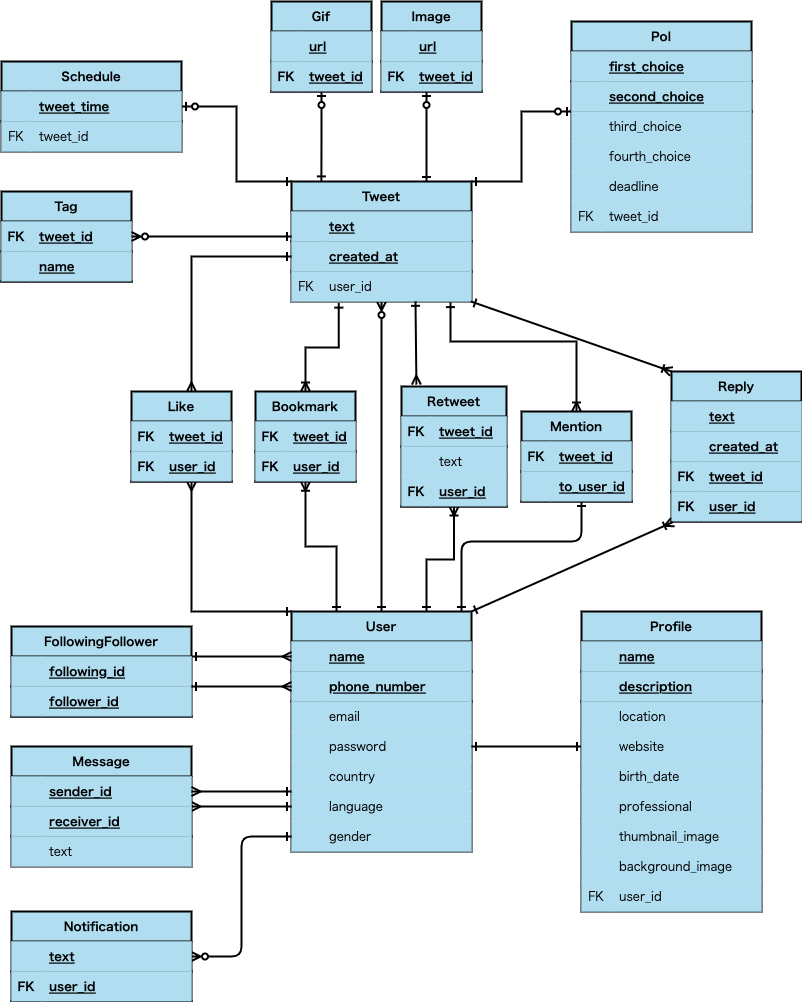
yuma-matsui/fjord_draft keeps this draw.io diagram as tweet.drawio.png. Above is the earlier version. Source tidied: cells renumbered, new cells last; positions are measured from the earlier drawing's top-left corner, leaving out a move shared by most shapes.
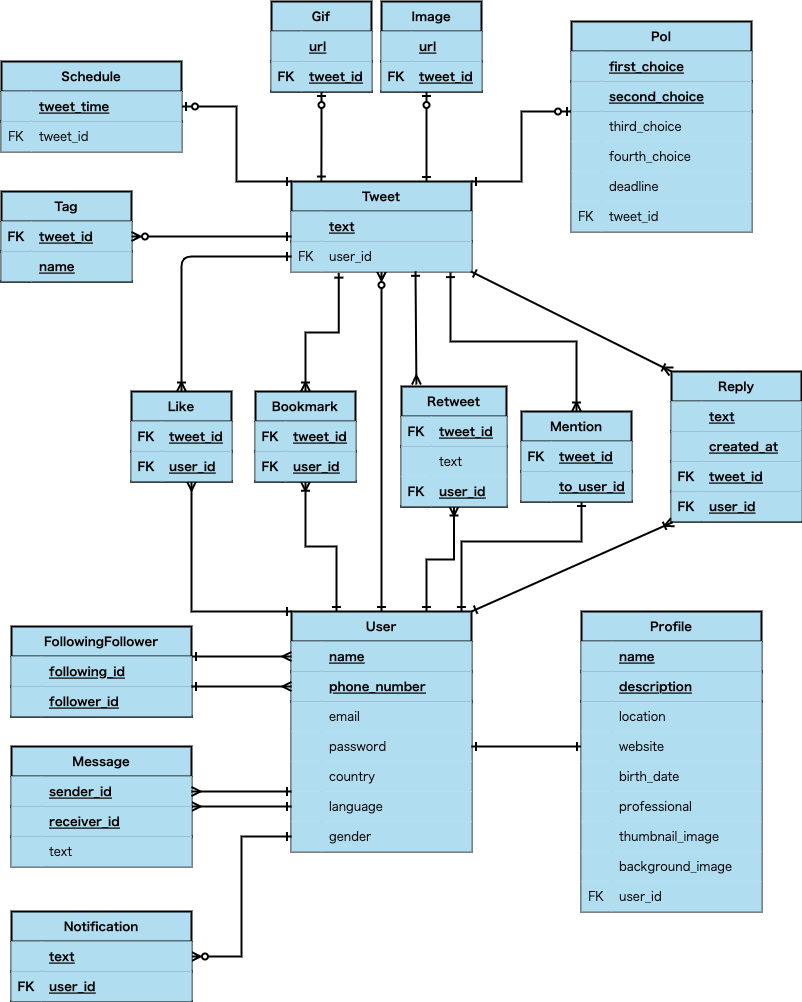
Later version of the same file.

Commit message:
Twitter機能のDB設計#4 修正

Diff of the diagram source:
```diff
@@ -19,7 +19,7 @@
       </mxGeometry>
     </mxCell>
     <mxCell id="6" value="Tweet" style="shape=table;startSize=30;rowLines=0;fontStyle=1;align=center;swimlaneFillColor=default;fillColor=#b1ddf0;rounded=0;labelBackgroundColor=none;labelBorderColor=none;strokeWidth=2;strokeColor=#000000;verticalAlign=middle;fontFamily=Garamond;fontColor=#000000;" parent="1" vertex="1">
-      <mxGeometry x="290" y="180" width="180" height="120" as="geometry" />
+      <mxGeometry x="290" y="180" width="180" height="90" as="geometry" />
     </mxCell>
     <mxCell id="7" style="shape=partialRectangle;fillColor=#b1ddf0;top=0;left=0;bottom=1;right=0;points=[[0,0.5],[1,0.5]];portConstraint=eastwest;rounded=0;labelBackgroundColor=none;labelBorderColor=none;strokeWidth=2;strokeColor=#000000;verticalAlign=middle;fontFamily=Garamond;fontColor=#000000;" parent="6" vertex="1">
       <mxGeometry y="30" width="180" height="30" as="geometry" />
@@ -30,17 +30,8 @@
     <mxCell id="9" value="text" style="shape=partialRectangle;fillColor=#b1ddf0;top=0;left=0;bottom=0;right=0;align=left;spacingLeft=6;fontStyle=5;overflow=hidden;rounded=0;labelBackgroundColor=none;labelBorderColor=none;strokeWidth=2;strokeColor=#000000;verticalAlign=middle;fontFamily=Garamond;fontColor=#000000;" parent="7" vertex="1">
       <mxGeometry x="30" width="150" height="30" as="geometry" />
     </mxCell>
-    <mxCell id="10" style="shape=partialRectangle;fillColor=#b1ddf0;top=0;left=0;bottom=1;right=0;points=[[0,0.5],[1,0.5]];portConstraint=eastwest;rounded=0;labelBackgroundColor=none;labelBorderColor=none;strokeWidth=2;strokeColor=#000000;verticalAlign=middle;fontFamily=Garamond;fontColor=#000000;" parent="6" vertex="1">
-      <mxGeometry y="60" width="180" height="30" as="geometry" />
-    </mxCell>
-    <mxCell id="11" style="shape=partialRectangle;fillColor=#b1ddf0;top=0;left=0;bottom=0;right=0;fontStyle=1;overflow=hidden;rounded=0;labelBackgroundColor=none;labelBorderColor=none;strokeWidth=2;strokeColor=#000000;verticalAlign=middle;fontFamily=Garamond;fontColor=#000000;" parent="10" vertex="1">
-      <mxGeometry width="30" height="30" as="geometry" />
-    </mxCell>
-    <mxCell id="12" value="created_at" style="shape=partialRectangle;fillColor=#b1ddf0;top=0;left=0;bottom=0;right=0;align=left;spacingLeft=6;fontStyle=5;overflow=hidden;rounded=0;labelBackgroundColor=none;labelBorderColor=none;strokeWidth=2;strokeColor=#000000;verticalAlign=middle;fontFamily=Garamond;fontColor=#000000;" parent="10" vertex="1">
-      <mxGeometry x="30" width="150" height="30" as="geometry" />
-    </mxCell>
     <mxCell id="13" style="shape=partialRectangle;fillColor=#b1ddf0;top=0;left=0;bottom=0;right=0;points=[[0,0.5],[1,0.5]];portConstraint=eastwest;rounded=0;labelBackgroundColor=none;labelBorderColor=none;strokeWidth=2;strokeColor=#000000;verticalAlign=middle;fontFamily=Garamond;fontColor=#000000;" parent="6" vertex="1">
-      <mxGeometry y="90" width="180" height="30" as="geometry" />
+      <mxGeometry y="60" width="180" height="30" as="geometry" />
     </mxCell>
     <mxCell id="14" value="FK" style="shape=partialRectangle;fillColor=#b1ddf0;top=0;left=0;bottom=0;right=0;overflow=hidden;rounded=0;labelBackgroundColor=none;labelBorderColor=none;strokeWidth=2;strokeColor=#000000;verticalAlign=middle;fontFamily=Garamond;fontColor=#000000;" parent="13" vertex="1">
       <mxGeometry width="30" height="30" as="geometry" />
@@ -114,7 +105,7 @@
     <mxCell id="37" value="gender" style="shape=partialRectangle;fillColor=#b1ddf0;top=0;left=0;bottom=0;right=0;align=left;spacingLeft=6;overflow=hidden;strokeColor=#000000;rounded=0;labelBackgroundColor=none;labelBorderColor=none;strokeWidth=2;verticalAlign=middle;fontFamily=Garamond;fontColor=#000000;" parent="35" vertex="1">
       <mxGeometry x="30" width="150" height="30" as="geometry" />
     </mxCell>
-    <mxCell id="38" style="edgeStyle=elbowEdgeStyle;startArrow=ERmany;startFill=0;endArrow=ERone;endFill=0;entryX=0;entryY=0.5;entryDx=0;entryDy=0;rounded=0;labelBackgroundColor=none;labelBorderColor=none;strokeWidth=2;strokeColor=#000000;fillColor=#b1ddf0;verticalAlign=middle;fontFamily=Garamond;fontColor=#000000;" parent="1" edge="1" source="40" target="10">
+    <mxCell id="38" style="edgeStyle=elbowEdgeStyle;startArrow=ERmany;startFill=0;endArrow=ERone;endFill=0;entryX=0;entryY=0.5;entryDx=0;entryDy=0;rounded=0;labelBackgroundColor=none;labelBorderColor=none;strokeWidth=2;strokeColor=#000000;fillColor=#b1ddf0;verticalAlign=middle;fontFamily=Garamond;fontColor=#000000;" parent="1" edge="1" source="40" target="x">
       <mxGeometry relative="1" as="geometry">
         <Array as="points">
           <mxPoint x="190" y="370" />
@@ -132,6 +123,13 @@
         </Array>
       </mxGeometry>
     </mxCell>
+    <mxCell id="204" style="edgeStyle=orthogonalEdgeStyle;html=0;entryX=0;entryY=0.5;entryDx=0;entryDy=0;labelBackgroundColor=none;labelBorderColor=none;fontFamily=Garamond;fontColor=#000000;startArrow=ERoneToMany;startFill=0;endArrow=ERone;endFill=0;strokeColor=#000000;strokeWidth=2;" parent="1" edge="1" source="40" target="13">
+      <mxGeometry relative="1" as="geometry">
+        <Array as="points">
+          <mxPoint x="180" y="255" />
+        </Array>
+      </mxGeometry>
+    </mxCell>
     <mxCell id="40" value="Like" style="shape=table;startSize=30;rowLines=0;fontStyle=1;align=center;swimlaneFillColor=default;fillColor=#b1ddf0;rounded=0;labelBackgroundColor=none;labelBorderColor=none;strokeWidth=2;strokeColor=#000000;verticalAlign=middle;fontFamily=Garamond;fontColor=#000000;" parent="1" vertex="1">
       <mxGeometry x="130" y="390" width="100" height="90" as="geometry" />
     </mxCell>
@@ -345,7 +343,7 @@
         <mxPoint x="145" y="910" as="targetPoint" />
       </mxGeometry>
     </mxCell>
-    <mxCell id="109" style="edgeStyle=elbowEdgeStyle;html=0;labelBackgroundColor=none;labelBorderColor=none;fontFamily=Garamond;fontColor=#000000;startArrow=ERzeroToMany;startFill=0;endArrow=ERone;endFill=0;strokeColor=#000000;strokeWidth=2;" parent="1" edge="1" source="110" target="35">
+    <mxCell id="109" style="edgeStyle=elbowEdgeStyle;html=0;labelBackgroundColor=none;labelBorderColor=none;fontFamily=Garamond;fontColor=#000000;startArrow=ERzeroToMany;startFill=0;endArrow=ERone;endFill=0;strokeColor=#000000;strokeWidth=2;rounded=0;" parent="1" edge="1" source="110" target="35">
       <mxGeometry relative="1" as="geometry" />
     </mxCell>
     <mxCell id="110" value="Notification" style="shape=table;startSize=30;rowLines=0;fontStyle=1;align=center;swimlaneFillColor=default;fillColor=#b1ddf0;rounded=0;labelBackgroundColor=none;labelBorderColor=none;strokeWidth=2;strokeColor=#000000;verticalAlign=middle;fontFamily=Garamond;fontColor=#000000;" parent="1" vertex="1">
@@ -599,7 +597,7 @@
         </Array>
       </mxGeometry>
     </mxCell>
-    <mxCell id="191" style="edgeStyle=orthogonalEdgeStyle;html=0;labelBackgroundColor=none;labelBorderColor=none;fontFamily=Garamond;fontColor=#000000;startArrow=ERone;startFill=0;endArrow=ERone;endFill=0;strokeColor=#000000;strokeWidth=2;entryX=0.944;entryY=0;entryDx=0;entryDy=0;entryPerimeter=0;" parent="1" edge="1" source="192" target="16">
+    <mxCell id="191" style="edgeStyle=orthogonalEdgeStyle;html=0;labelBackgroundColor=none;labelBorderColor=none;fontFamily=Garamond;fontColor=#000000;startArrow=ERone;startFill=0;endArrow=ERone;endFill=0;strokeColor=#000000;strokeWidth=2;entryX=0.944;entryY=0;entryDx=0;entryDy=0;entryPerimeter=0;rounded=0;" parent="1" edge="1" source="192" target="16">
       <mxGeometry relative="1" as="geometry">
         <Array as="points">
           <mxPoint x="580" y="540" />
```
